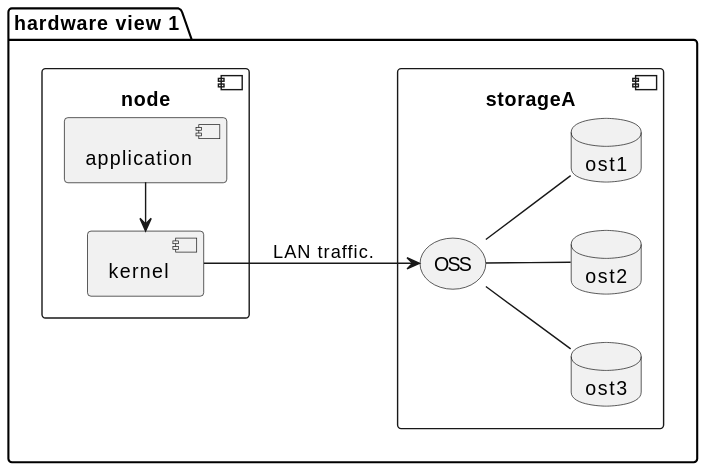
Earlier version of the PlantUML export doc/figures/hardware-view1.svg (NCAS-CMS/PyActiveStorage). Source of this version:
```plantuml
@startuml
package "hardware view 1" {
  left to right direction
    component storageA {
        database ost3
        database ost2
        database ost1
        storage OSS
        OSS -- ost3
        OSS -- ost2
        OSS -- ost1
    }

    component node {
        component application
        component kernel
        kernel <- application
    }

    kernel --> OSS: LAN traffic.

}
@enduml
```
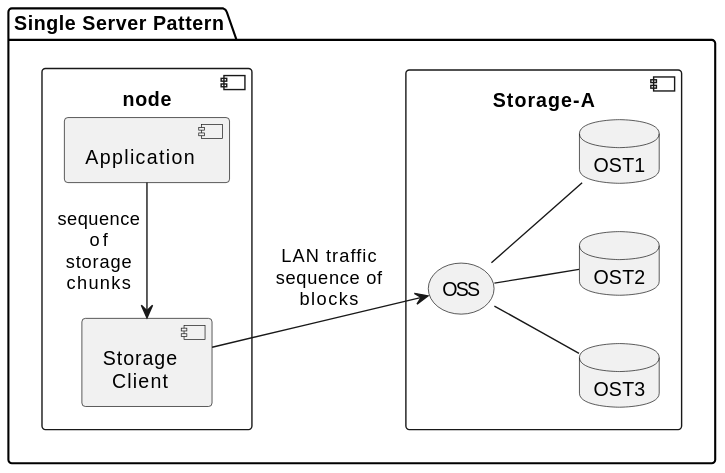
After the commit.

The edit, as a diff of the source:
```diff
@@ -1,23 +1,25 @@
 @startuml
-package "hardware view 1" {
+package "Single Server Pattern" {
+  skinparam DefaultTextAlignment center
   left to right direction
-    component storageA {
-        database ost3
-        database ost2
-        database ost1
+
+    component "Storage-A" {
+        database OST3
+        database OST2
+        database OST1
         storage OSS
-        OSS -- ost3
-        OSS -- ost2
-        OSS -- ost1
+        OSS -- OST3
+        OSS -- OST2
+        OSS -- OST1
     }
 
     component node {
-        component application
-        component kernel
-        kernel <- application
+        component Application
+        component "Storage\nClient" as kernel
+        kernel <- Application : sequence\nof\nstorage\nchunks
     }
 
-    kernel --> OSS: LAN traffic.
+    kernel --> OSS: LAN traffic\nsequence of\nblocks
 
 }
 @enduml
```
